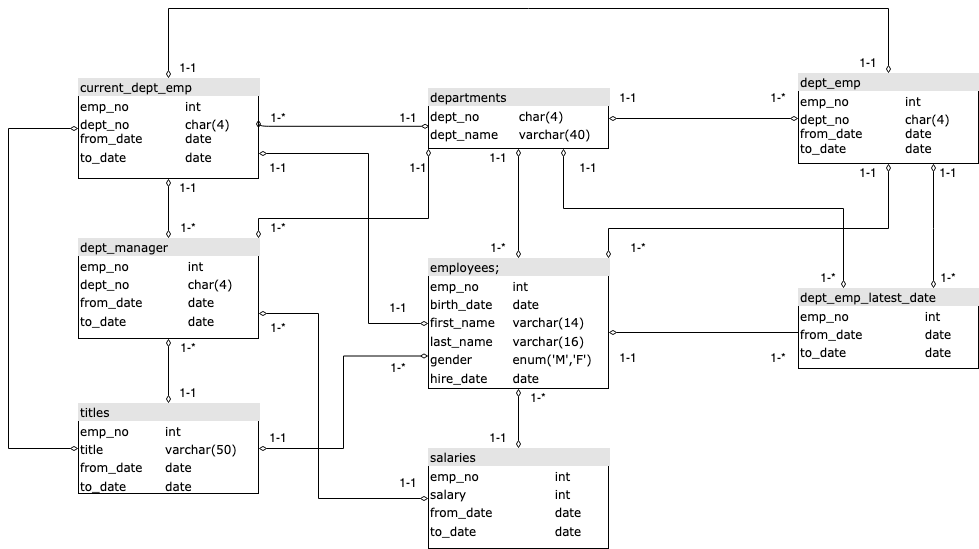
Earlier version of the draw.io export act2/Relation Diagram.png (DemiurgeApeiron/A01028325-InternetOfThings). Source tidied: cells renumbered, new cells last; positions are measured from the earlier drawing's top-left corner, leaving out a move shared by most shapes.
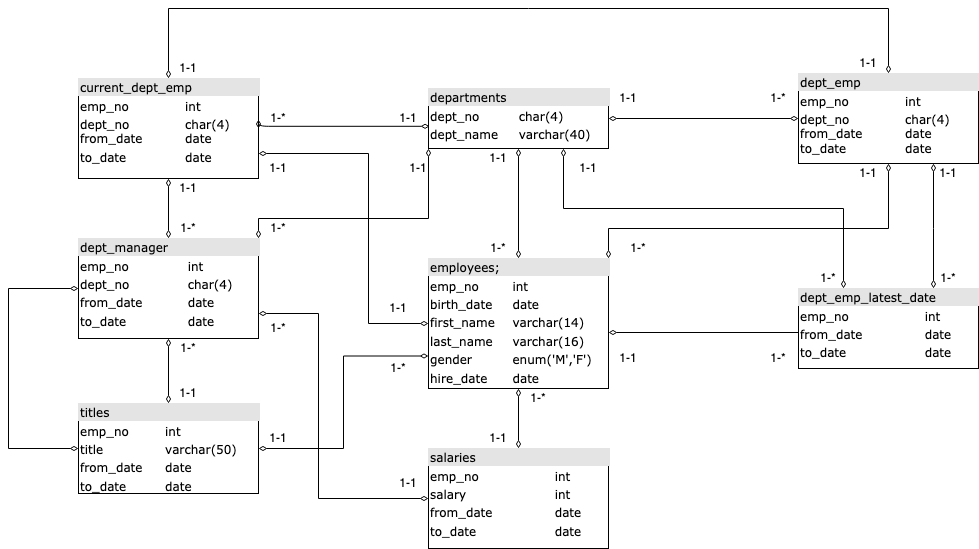
The same file after the commit.

Diff of the diagram source:
```diff
@@ -64,11 +64,11 @@
         </Array>
       </mxGeometry>
     </mxCell>
-    <mxCell id="18" style="endArrow=diamondThin;html=1;strokeColor=#000000;strokeWidth=1;exitX=0;exitY=0.5;exitDx=0;exitDy=0;entryX=0;entryY=0.5;entryDx=0;entryDy=0;rounded=0;endFill=0;startArrow=diamondThin;startFill=0;" parent="1" edge="1" source="8" target="2">
+    <mxCell id="18" style="endArrow=diamondThin;html=1;strokeColor=#000000;strokeWidth=1;exitX=0;exitY=0.5;exitDx=0;exitDy=0;entryX=0;entryY=0.5;entryDx=0;entryDy=0;rounded=0;endFill=0;startArrow=diamondThin;startFill=0;" parent="1" edge="1" source="8" target="10">
       <mxGeometry relative="1" as="geometry">
         <Array as="points">
           <mxPoint y="440" />
-          <mxPoint y="120" />
+          <mxPoint y="280" />
         </Array>
       </mxGeometry>
     </mxCell>
```
